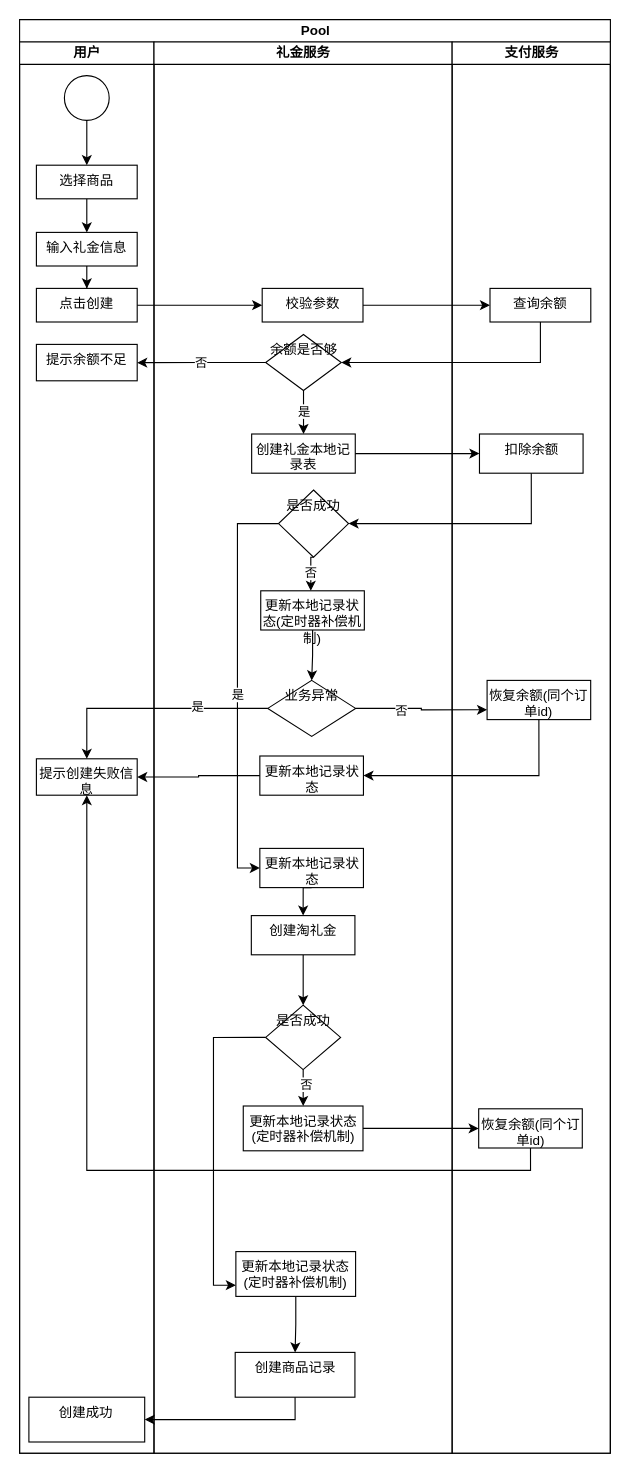
Above: miyuan/礼金创建流程.drawio in smallleaf/draw.io (draw.io), before the change. Source tidied: cells renumbered, new cells numbered last; positions are measured from the earlier drawing's top-left corner, leaving out a move shared by most shapes. Both pictures are drawn from the tidied source at 112%, with x=0, y=0 at pixel (19, 19).
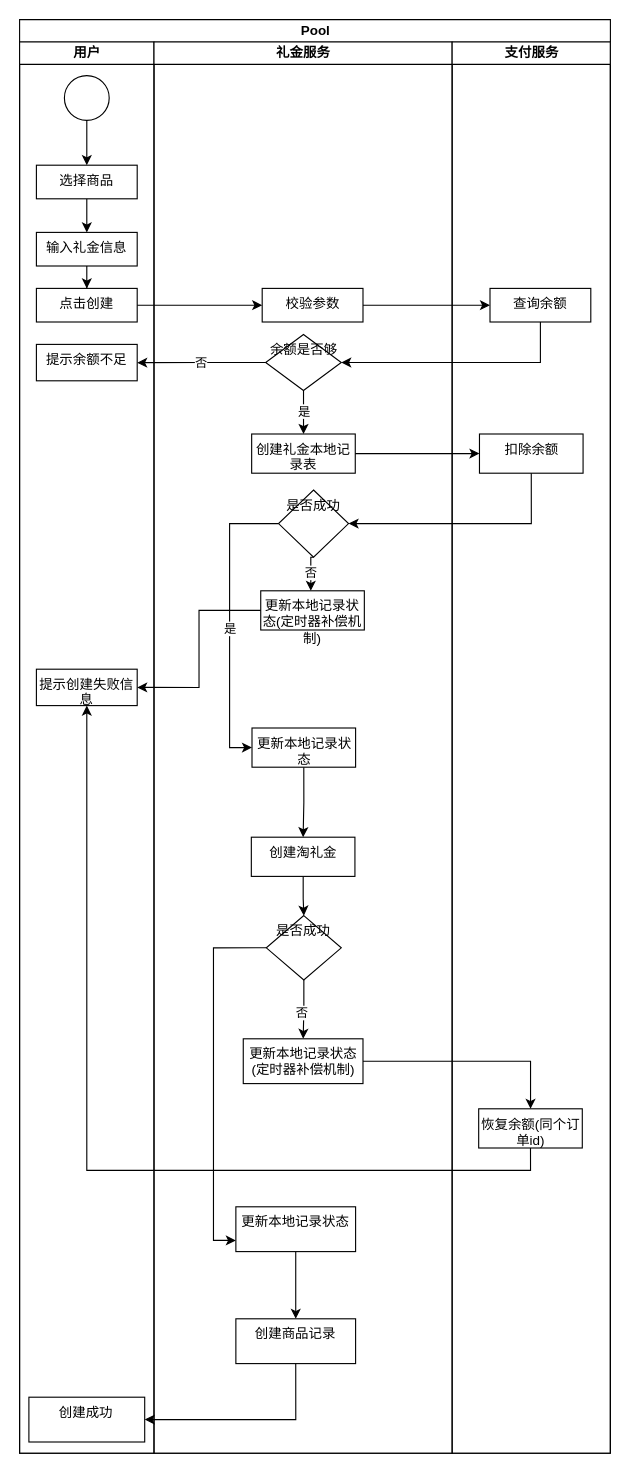
After the change.

Commit message:
更新礼金创建流程.drawio

The change refers to these unchanged cells:
```xml
<mxCell id="2" value="Pool" style="swimlane;startSize=20;html=1;" parent="1" vertex="1">
  <mxGeometry width="527.5" height="1280" as="geometry" />
</mxCell>
<mxCell id="3" value="用户" style="swimlane;startSize=20;html=1;" parent="2" vertex="1">
  <mxGeometry y="20" width="120" height="1260" as="geometry" />
</mxCell>
<mxCell id="14" value="礼金服务" style="swimlane;startSize=20;html=1;" parent="2" vertex="1">
  <mxGeometry x="120" y="20" width="266.2" height="1260" as="geometry" />
</mxCell>
<mxCell id="24" value="更新本地记录状态(定时器补偿机制)" style="whiteSpace=wrap;html=1;verticalAlign=top;" parent="14" vertex="1">
  <mxGeometry x="95.3" y="490" width="92.5" height="35" as="geometry" />
</mxCell>
<mxCell id="39" value="支付服务" style="swimlane;startSize=20;html=1;" parent="2" vertex="1">
  <mxGeometry x="386.2" y="20" width="141.2" height="1260" as="geometry" />
</mxCell>
```

What changed in the source:
```diff
@@
     <mxCell id="12" value="提示创建失败信息" style="whiteSpace=wrap;html=1;verticalAlign=top;" parent="3" vertex="1">
-      <mxGeometry x="15" y="640" width="90" height="32.5" as="geometry" />
+      <mxGeometry x="15" y="560" width="90" height="32.5" as="geometry" />
     </mxCell>
@@
-    <mxCell id="23" style="edgeStyle=orthogonalEdgeStyle;rounded=0;jettySize=auto;html=1;" parent="14" edge="1" source="24" target="36">
-      <mxGeometry relative="1" as="geometry" />
-    </mxCell>
@@
-    <mxCell id="25" value="更新本地记录状态" style="whiteSpace=wrap;html=1;verticalAlign=top;" parent="14" vertex="1">
-      <mxGeometry x="94.5" y="637.5" width="92.5" height="35" as="geometry" />
-    </mxCell>
@@
     <mxCell id="27" value="创建淘礼金" style="whiteSpace=wrap;html=1;verticalAlign=top;" parent="14" vertex="1">
-      <mxGeometry x="86.9" y="780" width="92.5" height="35" as="geometry" />
+      <mxGeometry x="86.9" y="710" width="92.5" height="35" as="geometry" />
     </mxCell>
@@
     <mxCell id="31" value="是否成功" style="rhombus;whiteSpace=wrap;html=1;verticalAlign=top;" parent="14" vertex="1">
-      <mxGeometry x="99.7" y="860" width="66.9" height="57.5" as="geometry" />
+      <mxGeometry x="100.3" y="780" width="66.9" height="57.5" as="geometry" />
     </mxCell>
     <mxCell id="32" value="更新本地记录状态(定时器补偿机制)" style="whiteSpace=wrap;html=1;verticalAlign=top;" parent="14" vertex="1">
-      <mxGeometry x="79.7" y="950" width="106.9" height="40" as="geometry" />
+      <mxGeometry x="79.7" y="890" width="106.9" height="40" as="geometry" />
     </mxCell>
@@
-    <mxCell id="34" value="更新本地记录状态(定时器补偿机制)" style="whiteSpace=wrap;html=1;verticalAlign=top;" parent="14" vertex="1">
-      <mxGeometry x="73.1" y="1080" width="106.9" height="40" as="geometry" />
+    <mxCell id="34" value="更新本地记录状态" style="whiteSpace=wrap;html=1;verticalAlign=top;" parent="14" vertex="1">
+      <mxGeometry x="73.1" y="1040" width="106.9" height="40" as="geometry" />
     </mxCell>
     <mxCell id="35" value="创建商品记录" style="whiteSpace=wrap;html=1;verticalAlign=top;" parent="14" vertex="1">
-      <mxGeometry x="72.5" y="1170" width="106.9" height="40" as="geometry" />
+      <mxGeometry x="73.1" y="1140" width="106.9" height="40" as="geometry" />
     </mxCell>
-    <mxCell id="36" value="业务异常" style="rhombus;whiteSpace=wrap;html=1;verticalAlign=top;" parent="14" vertex="1">
-      <mxGeometry x="101.6" y="570" width="78.4" height="50" as="geometry" />
-    </mxCell>
@@
     <mxCell id="38" value="更新本地记录状态" style="whiteSpace=wrap;html=1;verticalAlign=top;" parent="14" vertex="1">
-      <mxGeometry x="94.5" y="720" width="92.5" height="35" as="geometry" />
+      <mxGeometry x="87.5" y="612.5" width="92.5" height="35" as="geometry" />
     </mxCell>
@@
-    <mxCell id="42" value="恢复余额(同个订单id)" style="whiteSpace=wrap;html=1;verticalAlign=top;" parent="39" vertex="1">
-      <mxGeometry x="31.2" y="570" width="92.5" height="35" as="geometry" />
-    </mxCell>
@@
-    <mxCell id="53" style="edgeStyle=orthogonalEdgeStyle;rounded=0;jettySize=auto;html=1;exitX=1;exitY=0.5;exitDx=0;exitDy=0;entryX=0;entryY=0.75;entryDx=0;entryDy=0;" parent="2" edge="1" source="36" target="42">
-      <mxGeometry relative="1" as="geometry" />
-    </mxCell>
-    <mxCell id="54" value="否" style="edgeLabel;html=1;align=center;verticalAlign=middle;" parent="53" vertex="1">
-      <mxGeometry x="-0.33" y="-1" relative="1" as="geometry" />
-    </mxCell>
-    <mxCell id="55" style="edgeStyle=orthogonalEdgeStyle;rounded=0;jettySize=auto;html=1;exitX=0;exitY=0.5;exitDx=0;exitDy=0;entryX=1;entryY=0.5;entryDx=0;entryDy=0;" parent="2" edge="1" source="25" target="12">
-      <mxGeometry relative="1" as="geometry" />
-    </mxCell>
@@
-    <mxCell id="57" style="edgeStyle=orthogonalEdgeStyle;rounded=0;jettySize=auto;html=1;exitX=0.5;exitY=1;exitDx=0;exitDy=0;entryX=1;entryY=0.5;entryDx=0;entryDy=0;" parent="2" edge="1" source="42" target="25">
-      <mxGeometry relative="1" as="geometry" />
-    </mxCell>
-    <mxCell id="58" style="edgeStyle=orthogonalEdgeStyle;rounded=0;jettySize=auto;html=1;exitX=0;exitY=0.5;exitDx=0;exitDy=0;entryX=0.5;entryY=0;entryDx=0;entryDy=0;" parent="2" edge="1" source="36" target="12">
-      <mxGeometry relative="1" as="geometry" />
-    </mxCell>
-    <mxCell id="59" value="是" style="edgeLabel;html=1;align=center;verticalAlign=middle;" parent="58" vertex="1">
-      <mxGeometry x="-0.39" y="-2" relative="1" as="geometry" />
-    </mxCell>
+    <mxCell id="23" style="edgeStyle=orthogonalEdgeStyle;rounded=0;jettySize=auto;html=1;entryX=1;entryY=0.5;entryDx=0;entryDy=0;" parent="2" edge="1" source="24" target="12">
+      <mxGeometry relative="1" as="geometry" />
+    </mxCell>
```
